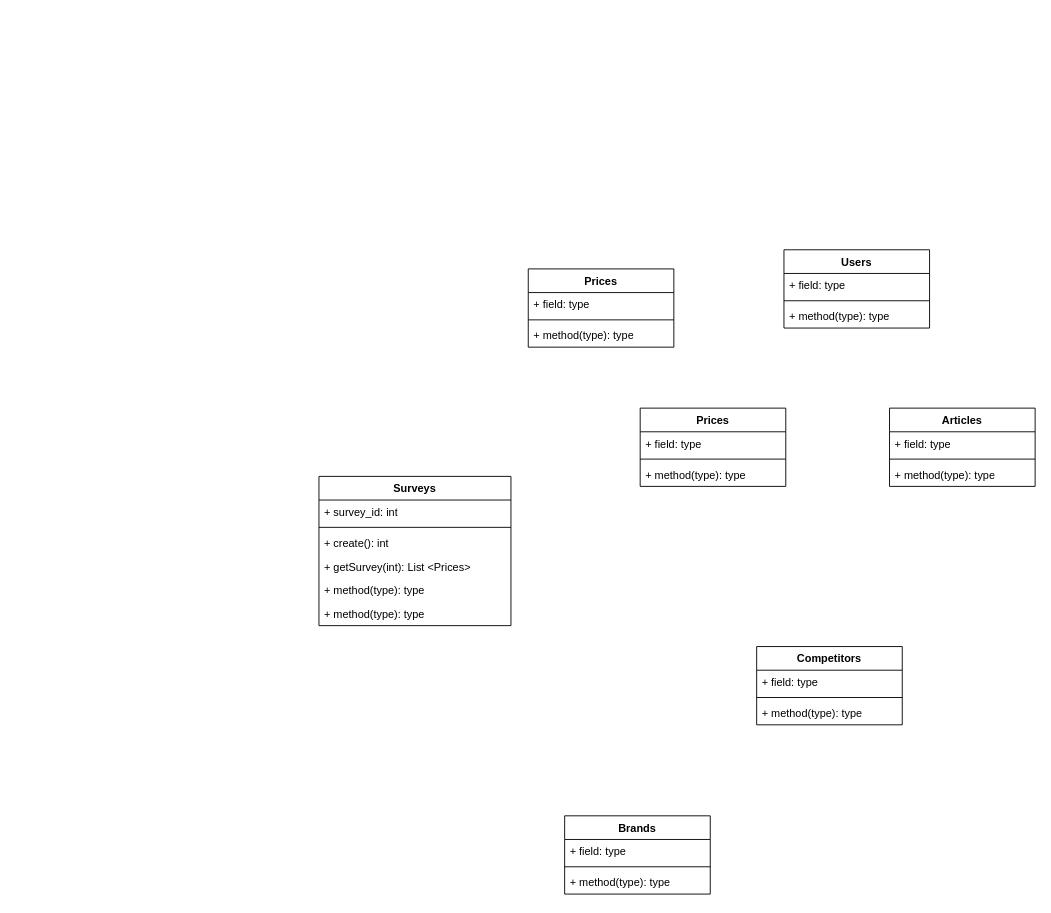
This is Diagramas/Diagrama de Diseño.drawio from fschwe/SeminarioPractica, a draw.io file, before an edit. Source tidied: cells renumbered, new cells numbered last; positions are measured from the earlier drawing's top-left corner, leaving out a move shared by most shapes. Both pictures are drawn from the tidied source at 91%, with x=0, y=0 at pixel (318, 249).
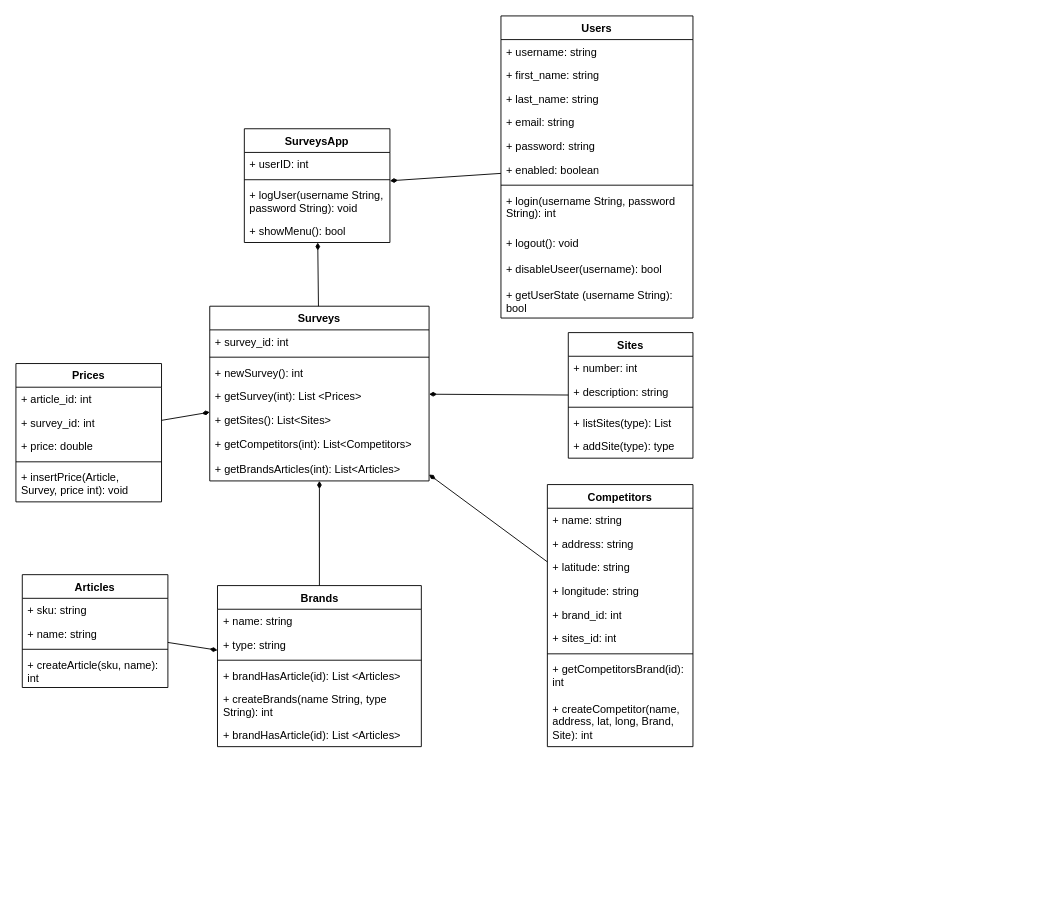
After the change.

What changed in the source:
```diff
@@
     <mxCell id="2" value="Surveys" style="swimlane;fontStyle=1;align=center;verticalAlign=top;horizontal=1;startSize=26;whiteSpace=wrap;html=1;" parent="1" vertex="1">
-      <mxGeometry y="249" width="211" height="164" as="geometry" />
+      <mxGeometry x="-120" y="62" width="241" height="192" as="geometry" />
     </mxCell>
     <mxCell id="3" value="+ survey_id: int" style="text;strokeColor=none;fillColor=none;align=left;verticalAlign=top;spacingLeft=4;spacingRight=4;overflow=hidden;whiteSpace=wrap;html=1;" parent="2" vertex="1">
-      <mxGeometry y="26" width="211" height="26" as="geometry" />
+      <mxGeometry y="26" width="241" height="26" as="geometry" />
     </mxCell>
     <mxCell id="4" style="line;strokeWidth=1;fillColor=none;align=left;verticalAlign=middle;spacingTop=-1;spacingLeft=3;spacingRight=3;labelPosition=right;strokeColor=inherit;" parent="2" vertex="1">
-      <mxGeometry y="52" width="211" height="8" as="geometry" />
+      <mxGeometry y="52" width="241" height="8" as="geometry" />
     </mxCell>
-    <mxCell id="5" value="+ create(): int" style="text;strokeColor=none;fillColor=none;align=left;verticalAlign=top;spacingLeft=4;spacingRight=4;overflow=hidden;whiteSpace=wrap;html=1;" parent="2" vertex="1">
-      <mxGeometry y="60" width="211" height="26" as="geometry" />
+    <mxCell id="5" value="+ newSurvey(): int" style="text;strokeColor=none;fillColor=none;align=left;verticalAlign=top;spacingLeft=4;spacingRight=4;overflow=hidden;whiteSpace=wrap;html=1;" parent="2" vertex="1">
+      <mxGeometry y="60" width="241" height="26" as="geometry" />
     </mxCell>
     <mxCell id="6" value="+ getSurvey(int): List &amp;lt;Prices&amp;gt;" style="text;strokeColor=none;fillColor=none;align=left;verticalAlign=top;spacingLeft=4;spacingRight=4;overflow=hidden;whiteSpace=wrap;html=1;" parent="2" vertex="1">
-      <mxGeometry y="86" width="211" height="26" as="geometry" />
+      <mxGeometry y="86" width="241" height="26" as="geometry" />
     </mxCell>
-    <mxCell id="7" value="+ method(type): type" style="text;strokeColor=none;fillColor=none;align=left;verticalAlign=top;spacingLeft=4;spacingRight=4;overflow=hidden;whiteSpace=wrap;html=1;" parent="2" vertex="1">
-      <mxGeometry y="112" width="211" height="26" as="geometry" />
+    <mxCell id="7" value="+ getSites(): List&amp;lt;Sites&amp;gt;" style="text;strokeColor=none;fillColor=none;align=left;verticalAlign=top;spacingLeft=4;spacingRight=4;overflow=hidden;whiteSpace=wrap;html=1;" parent="2" vertex="1">
+      <mxGeometry y="112" width="241" height="26" as="geometry" />
     </mxCell>
-    <mxCell id="8" value="+ method(type): type" style="text;strokeColor=none;fillColor=none;align=left;verticalAlign=top;spacingLeft=4;spacingRight=4;overflow=hidden;whiteSpace=wrap;html=1;" parent="2" vertex="1">
-      <mxGeometry y="138" width="211" height="26" as="geometry" />
+    <mxCell id="8" value="+ getCompetitors(int): List&amp;lt;Competitors&amp;gt;" style="text;strokeColor=none;fillColor=none;align=left;verticalAlign=top;spacingLeft=4;spacingRight=4;overflow=hidden;whiteSpace=wrap;html=1;" parent="2" vertex="1">
+      <mxGeometry y="138" width="241" height="28" as="geometry" />
     </mxCell>
+    <mxCell id="33" value="+ getBrandsArticles(int): List&amp;lt;Articles&amp;gt;" style="text;strokeColor=none;fillColor=none;align=left;verticalAlign=top;spacingLeft=4;spacingRight=4;overflow=hidden;whiteSpace=wrap;html=1;" parent="2" vertex="1">
+      <mxGeometry y="166" width="241" height="26" as="geometry" />
+    </mxCell>
-    <mxCell id="9" value="Prices" style="swimlane;fontStyle=1;align=center;verticalAlign=top;horizontal=1;startSize=26;whiteSpace=wrap;html=1;" parent="1" vertex="1">
-      <mxGeometry x="353" y="174" width="160" height="86" as="geometry" />
+    <mxCell id="9" value="Sites" style="swimlane;fontStyle=1;align=center;verticalAlign=top;horizontal=1;startSize=26;whiteSpace=wrap;html=1;" parent="1" vertex="1">
+      <mxGeometry x="274" y="91" width="137" height="138" as="geometry" />
     </mxCell>
-    <mxCell id="10" value="+ field: type" style="text;strokeColor=none;fillColor=none;align=left;verticalAlign=top;spacingLeft=4;spacingRight=4;overflow=hidden;whiteSpace=wrap;html=1;" parent="9" vertex="1">
-      <mxGeometry y="26" width="160" height="26" as="geometry" />
+    <mxCell id="10" value="+ number: int" style="text;strokeColor=none;fillColor=none;align=left;verticalAlign=top;spacingLeft=4;spacingRight=4;overflow=hidden;whiteSpace=wrap;html=1;" parent="9" vertex="1">
+      <mxGeometry y="26" width="137" height="26" as="geometry" />
     </mxCell>
+    <mxCell id="34" value="+ description: string" style="text;strokeColor=none;fillColor=none;align=left;verticalAlign=top;spacingLeft=4;spacingRight=4;overflow=hidden;whiteSpace=wrap;html=1;" parent="9" vertex="1">
+      <mxGeometry y="52" width="137" height="26" as="geometry" />
+    </mxCell>
     <mxCell id="11" style="line;strokeWidth=1;fillColor=none;align=left;verticalAlign=middle;spacingTop=-1;spacingLeft=3;spacingRight=3;labelPosition=right;strokeColor=inherit;" parent="9" vertex="1">
-      <mxGeometry y="52" width="160" height="8" as="geometry" />
+      <mxGeometry y="78" width="137" height="8" as="geometry" />
     </mxCell>
-    <mxCell id="12" value="+ method(type): type" style="text;strokeColor=none;fillColor=none;align=left;verticalAlign=top;spacingLeft=4;spacingRight=4;overflow=hidden;whiteSpace=wrap;html=1;" parent="9" vertex="1">
-      <mxGeometry y="60" width="160" height="26" as="geometry" />
+    <mxCell id="12" value="+ listSites(type): List" style="text;strokeColor=none;fillColor=none;align=left;verticalAlign=top;spacingLeft=4;spacingRight=4;overflow=hidden;whiteSpace=wrap;html=1;" parent="9" vertex="1">
+      <mxGeometry y="86" width="137" height="26" as="geometry" />
     </mxCell>
+    <mxCell id="35" value="+ addSite(type): type" style="text;strokeColor=none;fillColor=none;align=left;verticalAlign=top;spacingLeft=4;spacingRight=4;overflow=hidden;whiteSpace=wrap;html=1;" parent="9" vertex="1">
+      <mxGeometry y="112" width="137" height="26" as="geometry" />
+    </mxCell>
     <mxCell id="13" value="Competitors" style="swimlane;fontStyle=1;align=center;verticalAlign=top;horizontal=1;startSize=26;whiteSpace=wrap;html=1;" parent="1" vertex="1">
-      <mxGeometry x="481" y="436" width="160" height="86" as="geometry" />
+      <mxGeometry x="251" y="258" width="160" height="288" as="geometry" />
     </mxCell>
-    <mxCell id="14" value="+ field: type" style="text;strokeColor=none;fillColor=none;align=left;verticalAlign=top;spacingLeft=4;spacingRight=4;overflow=hidden;whiteSpace=wrap;html=1;" parent="13" vertex="1">
+    <mxCell id="14" value="+ name: string" style="text;strokeColor=none;fillColor=none;align=left;verticalAlign=top;spacingLeft=4;spacingRight=4;overflow=hidden;whiteSpace=wrap;html=1;" parent="13" vertex="1">
       <mxGeometry y="26" width="160" height="26" as="geometry" />
     </mxCell>
+    <mxCell id="36" value="+ address: string" style="text;strokeColor=none;fillColor=none;align=left;verticalAlign=top;spacingLeft=4;spacingRight=4;overflow=hidden;whiteSpace=wrap;html=1;" parent="13" vertex="1">
+      <mxGeometry y="52" width="160" height="26" as="geometry" />
+    </mxCell>
+    <mxCell id="37" value="+ latitude: string" style="text;strokeColor=none;fillColor=none;align=left;verticalAlign=top;spacingLeft=4;spacingRight=4;overflow=hidden;whiteSpace=wrap;html=1;" parent="13" vertex="1">
+      <mxGeometry y="78" width="160" height="26" as="geometry" />
+    </mxCell>
+    <mxCell id="38" value="+ longitude: string" style="text;strokeColor=none;fillColor=none;align=left;verticalAlign=top;spacingLeft=4;spacingRight=4;overflow=hidden;whiteSpace=wrap;html=1;" parent="13" vertex="1">
+      <mxGeometry y="104" width="160" height="26" as="geometry" />
+    </mxCell>
+    <mxCell id="39" value="+ brand_id: int" style="text;strokeColor=none;fillColor=none;align=left;verticalAlign=top;spacingLeft=4;spacingRight=4;overflow=hidden;whiteSpace=wrap;html=1;" parent="13" vertex="1">
+      <mxGeometry y="130" width="160" height="26" as="geometry" />
+    </mxCell>
+    <mxCell id="40" value="+ sites_id: int" style="text;strokeColor=none;fillColor=none;align=left;verticalAlign=top;spacingLeft=4;spacingRight=4;overflow=hidden;whiteSpace=wrap;html=1;" parent="13" vertex="1">
+      <mxGeometry y="156" width="160" height="26" as="geometry" />
+    </mxCell>
     <mxCell id="15" style="line;strokeWidth=1;fillColor=none;align=left;verticalAlign=middle;spacingTop=-1;spacingLeft=3;spacingRight=3;labelPosition=right;strokeColor=inherit;" parent="13" vertex="1">
-      <mxGeometry y="52" width="160" height="8" as="geometry" />
+      <mxGeometry y="182" width="160" height="8" as="geometry" />
     </mxCell>
-    <mxCell id="16" value="+ method(type): type" style="text;strokeColor=none;fillColor=none;align=left;verticalAlign=top;spacingLeft=4;spacingRight=4;overflow=hidden;whiteSpace=wrap;html=1;" parent="13" vertex="1">
-      <mxGeometry y="60" width="160" height="26" as="geometry" />
+    <mxCell id="16" value="+ getCompetitorsBrand(id): int" style="text;strokeColor=none;fillColor=none;align=left;verticalAlign=top;spacingLeft=4;spacingRight=4;overflow=hidden;whiteSpace=wrap;html=1;" parent="13" vertex="1">
+      <mxGeometry y="190" width="160" height="43" as="geometry" />
     </mxCell>
+    <mxCell id="41" value="+ createCompetitor(name, address, lat, long, Brand, Site): int" style="text;strokeColor=none;fillColor=none;align=left;verticalAlign=top;spacingLeft=4;spacingRight=4;overflow=hidden;whiteSpace=wrap;html=1;" parent="13" vertex="1">
+      <mxGeometry y="233" width="160" height="55" as="geometry" />
+    </mxCell>
     <mxCell id="17" value="Brands" style="swimlane;fontStyle=1;align=center;verticalAlign=top;horizontal=1;startSize=26;whiteSpace=wrap;html=1;" parent="1" vertex="1">
-      <mxGeometry x="270" y="622" width="160" height="86" as="geometry" />
+      <mxGeometry x="-111.5" y="369" width="224" height="177" as="geometry" />
     </mxCell>
-    <mxCell id="18" value="+ field: type" style="text;strokeColor=none;fillColor=none;align=left;verticalAlign=top;spacingLeft=4;spacingRight=4;overflow=hidden;whiteSpace=wrap;html=1;" parent="17" vertex="1">
-      <mxGeometry y="26" width="160" height="26" as="geometry" />
+    <mxCell id="18" value="+ name: string" style="text;strokeColor=none;fillColor=none;align=left;verticalAlign=top;spacingLeft=4;spacingRight=4;overflow=hidden;whiteSpace=wrap;html=1;" parent="17" vertex="1">
+      <mxGeometry y="26" width="224" height="26" as="geometry" />
     </mxCell>
+    <mxCell id="42" value="+ type: string" style="text;strokeColor=none;fillColor=none;align=left;verticalAlign=top;spacingLeft=4;spacingRight=4;overflow=hidden;whiteSpace=wrap;html=1;" parent="17" vertex="1">
+      <mxGeometry y="52" width="224" height="26" as="geometry" />
+    </mxCell>
     <mxCell id="19" style="line;strokeWidth=1;fillColor=none;align=left;verticalAlign=middle;spacingTop=-1;spacingLeft=3;spacingRight=3;labelPosition=right;strokeColor=inherit;" parent="17" vertex="1">
-      <mxGeometry y="52" width="160" height="8" as="geometry" />
+      <mxGeometry y="78" width="224" height="8" as="geometry" />
     </mxCell>
-    <mxCell id="20" value="+ method(type): type" style="text;strokeColor=none;fillColor=none;align=left;verticalAlign=top;spacingLeft=4;spacingRight=4;overflow=hidden;whiteSpace=wrap;html=1;" parent="17" vertex="1">
-      <mxGeometry y="60" width="160" height="26" as="geometry" />
+    <mxCell id="20" value="+ brandHasArticle(id): List &amp;lt;Articles&amp;gt;" style="text;strokeColor=none;fillColor=none;align=left;verticalAlign=top;spacingLeft=4;spacingRight=4;overflow=hidden;whiteSpace=wrap;html=1;" parent="17" vertex="1">
+      <mxGeometry y="86" width="224" height="26" as="geometry" />
     </mxCell>
+    <mxCell id="43" value="+ createBrands(name String, type String): int" style="text;strokeColor=none;fillColor=none;align=left;verticalAlign=top;spacingLeft=4;spacingRight=4;overflow=hidden;whiteSpace=wrap;html=1;" parent="17" vertex="1">
+      <mxGeometry y="112" width="224" height="39" as="geometry" />
+    </mxCell>
+    <mxCell id="44" value="+ brandHasArticle(id): List &amp;lt;Articles&amp;gt;" style="text;strokeColor=none;fillColor=none;align=left;verticalAlign=top;spacingLeft=4;spacingRight=4;overflow=hidden;whiteSpace=wrap;html=1;" parent="17" vertex="1">
+      <mxGeometry y="151" width="224" height="26" as="geometry" />
+    </mxCell>
     <mxCell id="21" value="Articles" style="swimlane;fontStyle=1;align=center;verticalAlign=top;horizontal=1;startSize=26;whiteSpace=wrap;html=1;" parent="1" vertex="1">
-      <mxGeometry x="627" y="174" width="160" height="86" as="geometry" />
+      <mxGeometry x="-326" y="357" width="160" height="124" as="geometry" />
     </mxCell>
-    <mxCell id="22" value="+ field: type" style="text;strokeColor=none;fillColor=none;align=left;verticalAlign=top;spacingLeft=4;spacingRight=4;overflow=hidden;whiteSpace=wrap;html=1;" parent="21" vertex="1">
-      <mxGeometry y="26" width="160" height="26" as="geometry" />
-    </mxCell>
+    <mxCell id="45" value="+ sku: string" style="text;strokeColor=none;fillColor=none;align=left;verticalAlign=top;spacingLeft=4;spacingRight=4;overflow=hidden;whiteSpace=wrap;html=1;" parent="21" vertex="1">
+      <mxGeometry y="26" width="160" height="26" as="geometry" />
+    </mxCell>
+    <mxCell id="46" value="+ name: string" style="text;strokeColor=none;fillColor=none;align=left;verticalAlign=top;spacingLeft=4;spacingRight=4;overflow=hidden;whiteSpace=wrap;html=1;" parent="21" vertex="1">
+      <mxGeometry y="52" width="160" height="26" as="geometry" />
+    </mxCell>
     <mxCell id="23" style="line;strokeWidth=1;fillColor=none;align=left;verticalAlign=middle;spacingTop=-1;spacingLeft=3;spacingRight=3;labelPosition=right;strokeColor=inherit;" parent="21" vertex="1">
-      <mxGeometry y="52" width="160" height="8" as="geometry" />
+      <mxGeometry y="78" width="160" height="8" as="geometry" />
     </mxCell>
-    <mxCell id="24" value="+ method(type): type" style="text;strokeColor=none;fillColor=none;align=left;verticalAlign=top;spacingLeft=4;spacingRight=4;overflow=hidden;whiteSpace=wrap;html=1;" parent="21" vertex="1">
-      <mxGeometry y="60" width="160" height="26" as="geometry" />
-    </mxCell>
+    <mxCell id="47" value="+ createArticle(sku, name): int" style="text;strokeColor=none;fillColor=none;align=left;verticalAlign=top;spacingLeft=4;spacingRight=4;overflow=hidden;whiteSpace=wrap;html=1;" parent="21" vertex="1">
+      <mxGeometry y="86" width="160" height="38" as="geometry" />
+    </mxCell>
     <mxCell id="25" value="Prices" style="swimlane;fontStyle=1;align=center;verticalAlign=top;horizontal=1;startSize=26;whiteSpace=wrap;html=1;" parent="1" vertex="1">
-      <mxGeometry x="230" y="21" width="160" height="86" as="geometry" />
+      <mxGeometry x="-333" y="125" width="160" height="152" as="geometry" />
     </mxCell>
-    <mxCell id="26" value="+ field: type" style="text;strokeColor=none;fillColor=none;align=left;verticalAlign=top;spacingLeft=4;spacingRight=4;overflow=hidden;whiteSpace=wrap;html=1;" parent="25" vertex="1">
+    <mxCell id="26" value="+ article_id: int" style="text;strokeColor=none;fillColor=none;align=left;verticalAlign=top;spacingLeft=4;spacingRight=4;overflow=hidden;whiteSpace=wrap;html=1;" parent="25" vertex="1">
       <mxGeometry y="26" width="160" height="26" as="geometry" />
     </mxCell>
+    <mxCell id="48" value="+ survey_id: int" style="text;strokeColor=none;fillColor=none;align=left;verticalAlign=top;spacingLeft=4;spacingRight=4;overflow=hidden;whiteSpace=wrap;html=1;" parent="25" vertex="1">
+      <mxGeometry y="52" width="160" height="26" as="geometry" />
+    </mxCell>
+    <mxCell id="49" value="+ price: double" style="text;strokeColor=none;fillColor=none;align=left;verticalAlign=top;spacingLeft=4;spacingRight=4;overflow=hidden;whiteSpace=wrap;html=1;" parent="25" vertex="1">
+      <mxGeometry y="78" width="160" height="26" as="geometry" />
+    </mxCell>
     <mxCell id="27" style="line;strokeWidth=1;fillColor=none;align=left;verticalAlign=middle;spacingTop=-1;spacingLeft=3;spacingRight=3;labelPosition=right;strokeColor=inherit;" parent="25" vertex="1">
-      <mxGeometry y="52" width="160" height="8" as="geometry" />
+      <mxGeometry y="104" width="160" height="8" as="geometry" />
     </mxCell>
-    <mxCell id="28" value="+ method(type): type" style="text;strokeColor=none;fillColor=none;align=left;verticalAlign=top;spacingLeft=4;spacingRight=4;overflow=hidden;whiteSpace=wrap;html=1;" parent="25" vertex="1">
-      <mxGeometry y="60" width="160" height="26" as="geometry" />
-    </mxCell>
+    <mxCell id="50" value="+ insertPrice(Article, Survey, price int): void" style="text;strokeColor=none;fillColor=none;align=left;verticalAlign=top;spacingLeft=4;spacingRight=4;overflow=hidden;whiteSpace=wrap;html=1;" parent="25" vertex="1">
+      <mxGeometry y="112" width="160" height="40" as="geometry" />
+    </mxCell>
     <mxCell id="29" value="Users" style="swimlane;fontStyle=1;align=center;verticalAlign=top;horizontal=1;startSize=26;whiteSpace=wrap;html=1;" parent="1" vertex="1">
-      <mxGeometry x="511" width="160" height="86" as="geometry" />
+      <mxGeometry x="200" y="-257" width="211" height="332" as="geometry" />
     </mxCell>
-    <mxCell id="30" value="+ field: type" style="text;strokeColor=none;fillColor=none;align=left;verticalAlign=top;spacingLeft=4;spacingRight=4;overflow=hidden;whiteSpace=wrap;html=1;" parent="29" vertex="1">
-      <mxGeometry y="26" width="160" height="26" as="geometry" />
+    <mxCell id="30" value="+ username: string" style="text;strokeColor=none;fillColor=none;align=left;verticalAlign=top;spacingLeft=4;spacingRight=4;overflow=hidden;whiteSpace=wrap;html=1;" parent="29" vertex="1">
+      <mxGeometry y="26" width="211" height="26" as="geometry" />
     </mxCell>
+    <mxCell id="51" value="+ first_name: string" style="text;strokeColor=none;fillColor=none;align=left;verticalAlign=top;spacingLeft=4;spacingRight=4;overflow=hidden;whiteSpace=wrap;html=1;" parent="29" vertex="1">
+      <mxGeometry y="52" width="211" height="26" as="geometry" />
+    </mxCell>
+    <mxCell id="52" value="+ last_name: string" style="text;strokeColor=none;fillColor=none;align=left;verticalAlign=top;spacingLeft=4;spacingRight=4;overflow=hidden;whiteSpace=wrap;html=1;" parent="29" vertex="1">
+      <mxGeometry y="78" width="211" height="26" as="geometry" />
+    </mxCell>
+    <mxCell id="53" value="+ email: string" style="text;strokeColor=none;fillColor=none;align=left;verticalAlign=top;spacingLeft=4;spacingRight=4;overflow=hidden;whiteSpace=wrap;html=1;" parent="29" vertex="1">
+      <mxGeometry y="104" width="211" height="26" as="geometry" />
+    </mxCell>
+    <mxCell id="54" value="+ password: string" style="text;strokeColor=none;fillColor=none;align=left;verticalAlign=top;spacingLeft=4;spacingRight=4;overflow=hidden;whiteSpace=wrap;html=1;" parent="29" vertex="1">
+      <mxGeometry y="130" width="211" height="26" as="geometry" />
+    </mxCell>
+    <mxCell id="55" value="+ enabled: boolean" style="text;strokeColor=none;fillColor=none;align=left;verticalAlign=top;spacingLeft=4;spacingRight=4;overflow=hidden;whiteSpace=wrap;html=1;" parent="29" vertex="1">
+      <mxGeometry y="156" width="211" height="26" as="geometry" />
+    </mxCell>
     <mxCell id="31" style="line;strokeWidth=1;fillColor=none;align=left;verticalAlign=middle;spacingTop=-1;spacingLeft=3;spacingRight=3;labelPosition=right;strokeColor=inherit;" parent="29" vertex="1">
-      <mxGeometry y="52" width="160" height="8" as="geometry" />
+      <mxGeometry y="182" width="211" height="8" as="geometry" />
     </mxCell>
-    <mxCell id="32" value="+ method(type): type" style="text;strokeColor=none;fillColor=none;align=left;verticalAlign=top;spacingLeft=4;spacingRight=4;overflow=hidden;whiteSpace=wrap;html=1;" parent="29" vertex="1">
-      <mxGeometry y="60" width="160" height="26" as="geometry" />
+    <mxCell id="32" value="+ login(username String, password String): int" style="text;strokeColor=none;fillColor=none;align=left;verticalAlign=top;spacingLeft=4;spacingRight=4;overflow=hidden;whiteSpace=wrap;html=1;" parent="29" vertex="1">
+      <mxGeometry y="190" width="211" height="46" as="geometry" />
     </mxCell>
+    <mxCell id="56" value="+ logout(): void" style="text;strokeColor=none;fillColor=none;align=left;verticalAlign=top;spacingLeft=4;spacingRight=4;overflow=hidden;whiteSpace=wrap;html=1;" parent="29" vertex="1">
+      <mxGeometry y="236" width="211" height="29" as="geometry" />
+    </mxCell>
+    <mxCell id="57" value="+ disableUseer(username): bool" style="text;strokeColor=none;fillColor=none;align=left;verticalAlign=top;spacingLeft=4;spacingRight=4;overflow=hidden;whiteSpace=wrap;html=1;" parent="29" vertex="1">
+      <mxGeometry y="265" width="211" height="29" as="geometry" />
+    </mxCell>
+    <mxCell id="58" value="+ getUserState (username String): bool" style="text;strokeColor=none;fillColor=none;align=left;verticalAlign=top;spacingLeft=4;spacingRight=4;overflow=hidden;whiteSpace=wrap;html=1;" parent="29" vertex="1">
+      <mxGeometry y="294" width="211" height="38" as="geometry" />
+    </mxCell>
+    <mxCell id="59" style="rounded=0;jettySize=auto;html=1;endArrow=none;endFill=0;startArrow=diamondThin;startFill=1;" parent="1" edge="1" source="60" target="29">
+      <mxGeometry relative="1" as="geometry" />
+    </mxCell>
+    <mxCell id="60" value="SurveysApp" style="swimlane;fontStyle=1;align=center;verticalAlign=top;horizontal=1;startSize=26;whiteSpace=wrap;html=1;" parent="1" vertex="1">
+      <mxGeometry x="-82" y="-133" width="160" height="125" as="geometry" />
+    </mxCell>
+    <mxCell id="61" value="+ userID: int" style="text;strokeColor=none;fillColor=none;align=left;verticalAlign=top;spacingLeft=4;spacingRight=4;overflow=hidden;whiteSpace=wrap;html=1;" parent="60" vertex="1">
+      <mxGeometry y="26" width="160" height="26" as="geometry" />
+    </mxCell>
+    <mxCell id="62" style="line;strokeWidth=1;fillColor=none;align=left;verticalAlign=middle;spacingTop=-1;spacingLeft=3;spacingRight=3;labelPosition=right;strokeColor=inherit;" parent="60" vertex="1">
+      <mxGeometry y="52" width="160" height="8" as="geometry" />
+    </mxCell>
+    <mxCell id="63" value="+ logUser(username String, password String): void" style="text;strokeColor=none;fillColor=none;align=left;verticalAlign=top;spacingLeft=4;spacingRight=4;overflow=hidden;whiteSpace=wrap;html=1;" parent="60" vertex="1">
+      <mxGeometry y="60" width="160" height="39" as="geometry" />
+    </mxCell>
+    <mxCell id="64" value="+ showMenu(): bool" style="text;strokeColor=none;fillColor=none;align=left;verticalAlign=top;spacingLeft=4;spacingRight=4;overflow=hidden;whiteSpace=wrap;html=1;" parent="60" vertex="1">
+      <mxGeometry y="99" width="160" height="26" as="geometry" />
+    </mxCell>
+    <mxCell id="65" style="rounded=0;jettySize=auto;html=1;endArrow=none;endFill=0;startArrow=diamondThin;startFill=1;" parent="1" edge="1" source="60" target="2">
+      <mxGeometry relative="1" as="geometry" />
+    </mxCell>
+    <mxCell id="66" style="rounded=0;jettySize=auto;html=1;endArrow=none;endFill=0;startArrow=diamondThin;startFill=1;" parent="1" edge="1" source="2" target="25">
+      <mxGeometry relative="1" as="geometry" />
+    </mxCell>
+    <mxCell id="67" style="rounded=0;jettySize=auto;html=1;endArrow=none;endFill=0;startArrow=diamondThin;startFill=1;" parent="1" edge="1" source="2" target="9">
+      <mxGeometry relative="1" as="geometry" />
+    </mxCell>
+    <mxCell id="68" style="rounded=0;jettySize=auto;html=1;endArrow=none;endFill=0;startArrow=diamondThin;startFill=1;" parent="1" edge="1" source="17" target="21">
+      <mxGeometry relative="1" as="geometry" />
+    </mxCell>
+    <mxCell id="69" style="rounded=0;jettySize=auto;html=1;endArrow=none;endFill=0;startArrow=diamondThin;startFill=1;" parent="1" edge="1" source="2" target="13">
+      <mxGeometry relative="1" as="geometry" />
+    </mxCell>
+    <mxCell id="70" style="rounded=0;jettySize=auto;html=1;endArrow=none;endFill=0;startArrow=diamondThin;startFill=1;" parent="1" edge="1" source="2" target="17">
+      <mxGeometry relative="1" as="geometry" />
+    </mxCell>
```
